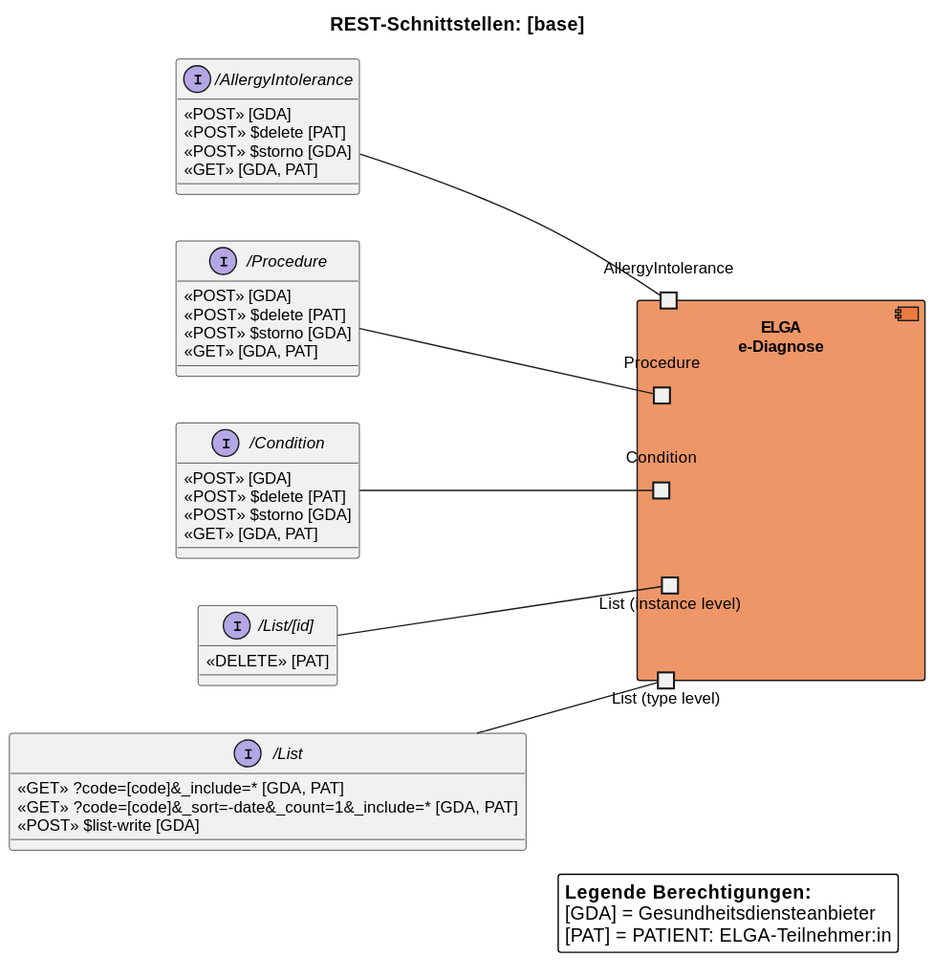
This is r4-ELGA-e-Diagnose-main/plantuml/interaction_overview.svg from HL7Austria/hl7austria.github.io, a PlantUML export, as it was before one commit.
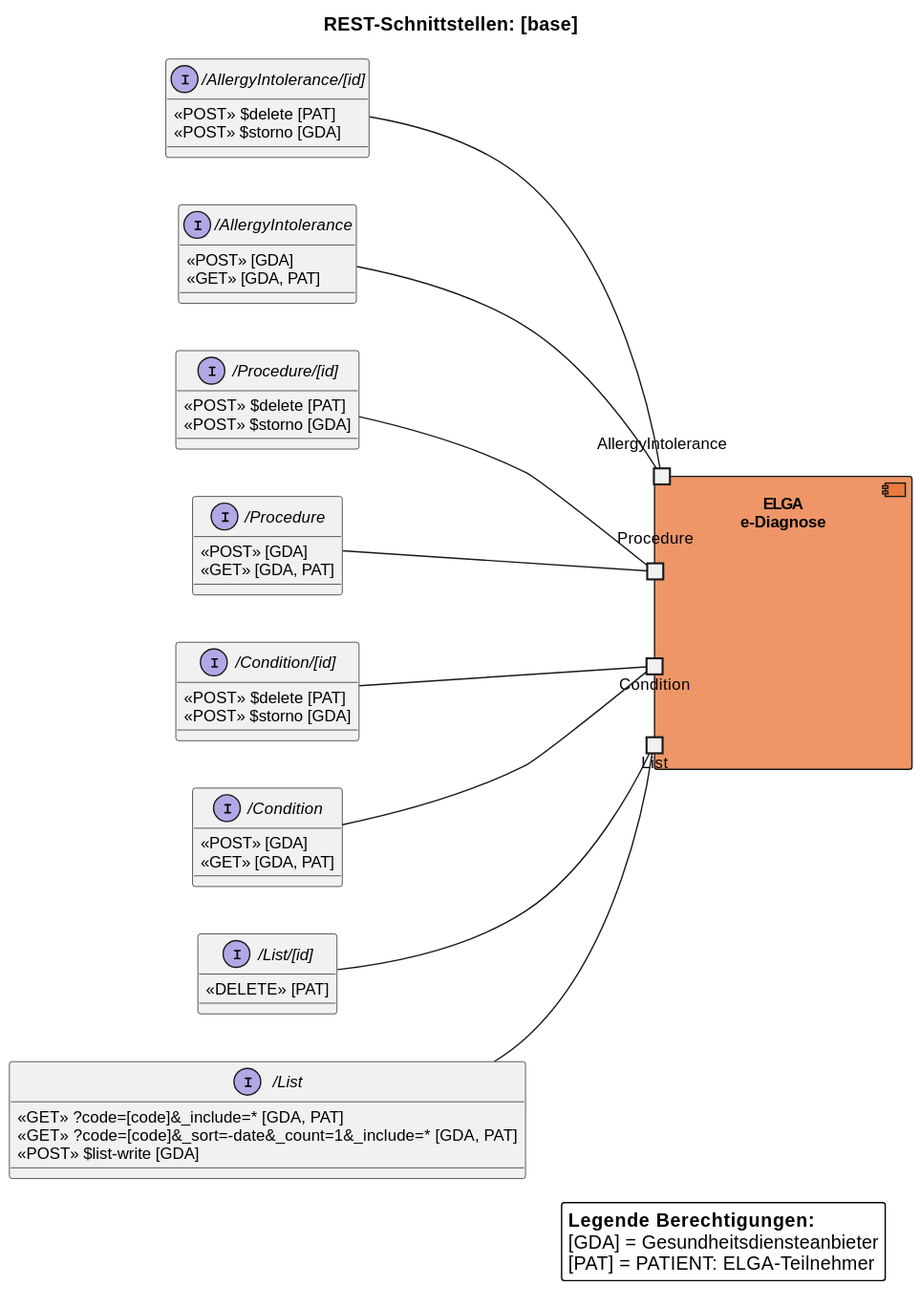
After the commit.

Change to the diagram source:
```diff
@@ -39,48 +39,56 @@
   «DELETE» [PAT]
 }
 
-interface "/Condition" as ICondition {
-  «POST» [GDA]
+interface "/Condition/[id]" as ICondition_instance {
   «POST» $delete [PAT]
   «POST» $storno [GDA]
+}
+
+interface "/Condition" as ICondition_type {
+  «POST» [GDA]
   «GET» [GDA, PAT]
 }
 
-interface "/Procedure" as IProcedure {
-  «POST» [GDA]
+interface "/Procedure/[id]" as IProcedure_instance {
   «POST» $delete [PAT]
   «POST» $storno [GDA]
+}
+
+interface "/Procedure" as IProcedure_type {
+  «POST» [GDA]
   «GET» [GDA, PAT]
 }
 
-interface "/AllergyIntolerance" as IAllergyIntolerance {
-  «POST» [GDA]
+interface "/AllergyIntolerance/[id]" as IAllergyIntolerance_instance {
   «POST» $delete [PAT]
   «POST» $storno [GDA]
+}
+
+interface "/AllergyIntolerance" as IAllergyIntolerance_type {
+  «POST» [GDA]
   «GET» [GDA, PAT]
 }
 
 
 component "ELGA\ne-Diagnose" as Server {
-  port "List (type level)" as p1
-  port "List (instance level)" as p5
+  port "List" as p1
   port "Condition" as p2
   port "Procedure" as p3
   port "AllergyIntolerance" as p4
 }
 
 p1 -up- List_type
-p5 -up- List_instance
-p2 -up- ICondition
-p3 -up- IProcedure
-p4 -up- IAllergyIntolerance
+p1 -up- List_instance
+p2 -up- ICondition_type
+p2 -up- ICondition_instance
+p3 -up- IProcedure_type
+p3 -up- IProcedure_instance
+p4 -up- IAllergyIntolerance_type
+p4 -up- IAllergyIntolerance_instance
 
 legend right
   **Legende Berechtigungen:**
   [GDA] = Gesundheitsdiensteanbieter
-  [PAT] = PATIENT: ELGA-Teilnehmer:in
+  [PAT] = PATIENT: ELGA-Teilnehmer
 end legend
-
-
-
 @enduml
```
